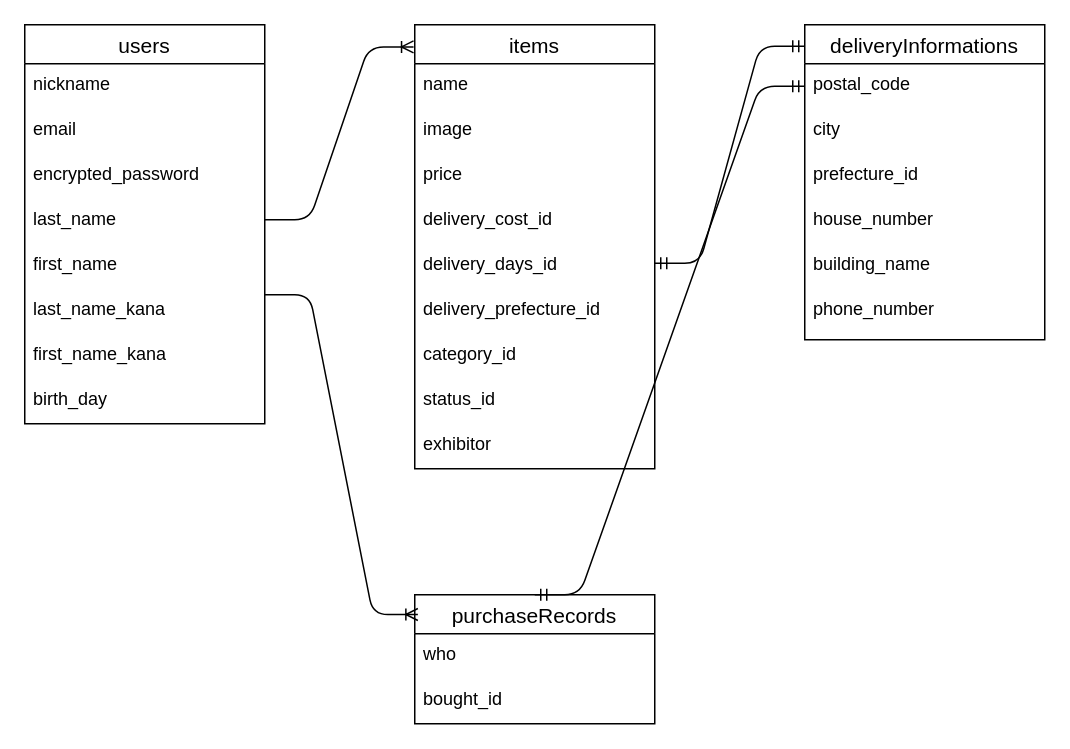
Before: er.dio in Roohit2/furima-39013, a draw.io diagram. Source tidied: cells renumbered, new cells numbered last; positions are measured from the earlier drawing's top-left corner, leaving out a move shared by most shapes. Both pictures are drawn from the tidied source at 150%, with x=0, y=0 at pixel (24, 24).
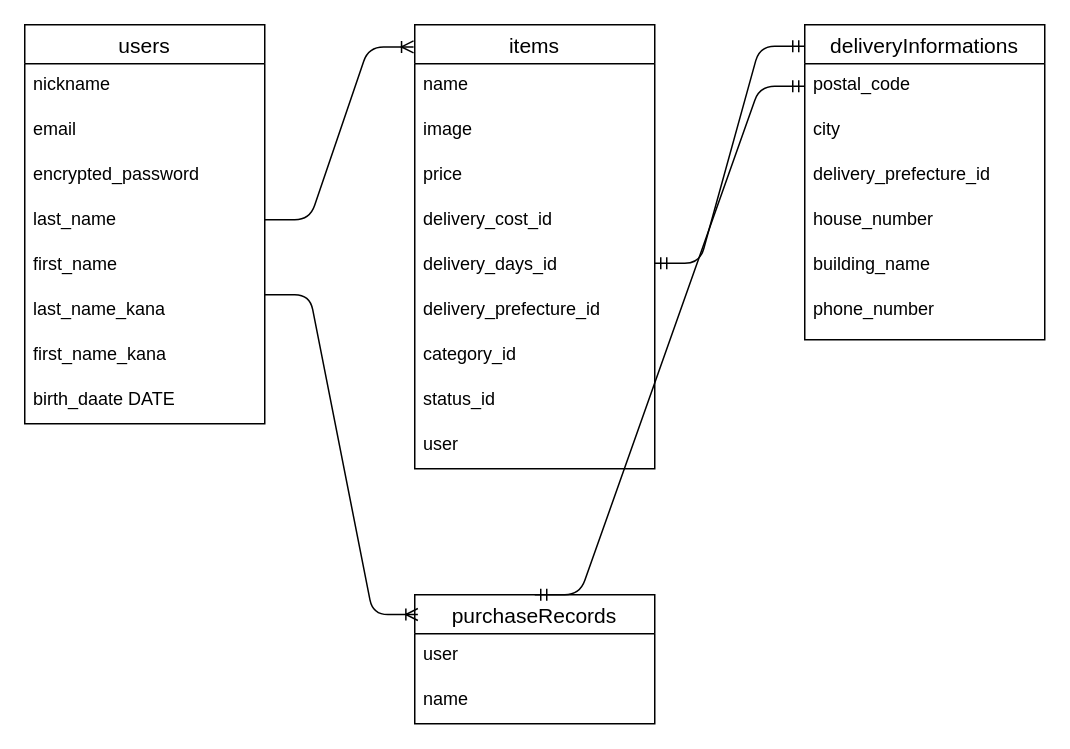
The same page after the edit.

Unchanged cells that the change refers to:
```xml
<mxCell id="2" value="users" style="swimlane;fontStyle=0;horizontal=1;startSize=26;align=center;fontSize=14;" parent="1" vertex="1">
  <mxGeometry width="160" height="266" as="geometry" />
</mxCell>
<mxCell id="11" value="items" style="swimlane;fontStyle=0;horizontal=1;startSize=26;align=center;fontSize=14;" parent="1" vertex="1">
  <mxGeometry x="260" width="160" height="296" as="geometry" />
</mxCell>
<mxCell id="21" value="purchaseRecords" style="swimlane;fontStyle=0;horizontal=1;startSize=26;align=center;fontSize=14;" parent="1" vertex="1">
  <mxGeometry x="260" y="380" width="160" height="86" as="geometry" />
</mxCell>
<mxCell id="24" value="deliveryInformations" style="swimlane;fontStyle=0;horizontal=1;startSize=26;align=center;fontSize=14;" parent="1" vertex="1">
  <mxGeometry x="520" width="160" height="210" as="geometry" />
</mxCell>
```

Diff of the diagram source:
```diff
@@
-    <mxCell id="10" value="birth_day" style="text;strokeColor=none;fillColor=none;spacingLeft=4;spacingRight=4;overflow=hidden;fontSize=12;" parent="2" vertex="1">
+    <mxCell id="10" value="birth_daate DATE" style="text;strokeColor=none;fillColor=none;spacingLeft=4;spacingRight=4;overflow=hidden;fontSize=12;" parent="2" vertex="1">
       <mxGeometry y="236" width="160" height="30" as="geometry" />
     </mxCell>
@@
-    <mxCell id="20" value="exhibitor" style="text;strokeColor=none;fillColor=none;spacingLeft=4;spacingRight=4;overflow=hidden;fontSize=12;" parent="11" vertex="1">
+    <mxCell id="20" value="user" style="text;strokeColor=none;fillColor=none;spacingLeft=4;spacingRight=4;overflow=hidden;fontSize=12;" parent="11" vertex="1">
       <mxGeometry y="266" width="160" height="30" as="geometry" />
     </mxCell>
@@
-    <mxCell id="22" value="who" style="text;strokeColor=none;fillColor=none;spacingLeft=4;spacingRight=4;overflow=hidden;fontSize=12;" parent="21" vertex="1">
+    <mxCell id="22" value="user" style="text;strokeColor=none;fillColor=none;spacingLeft=4;spacingRight=4;overflow=hidden;fontSize=12;" parent="21" vertex="1">
       <mxGeometry y="26" width="160" height="30" as="geometry" />
     </mxCell>
-    <mxCell id="23" value="bought_id" style="text;strokeColor=none;fillColor=none;spacingLeft=4;spacingRight=4;overflow=hidden;fontSize=12;" parent="21" vertex="1">
+    <mxCell id="23" value="name" style="text;strokeColor=none;fillColor=none;spacingLeft=4;spacingRight=4;overflow=hidden;fontSize=12;" parent="21" vertex="1">
       <mxGeometry y="56" width="160" height="30" as="geometry" />
     </mxCell>
@@
-    <mxCell id="27" value="prefecture_id" style="text;strokeColor=none;fillColor=none;spacingLeft=4;spacingRight=4;overflow=hidden;fontSize=12;" parent="24" vertex="1">
+    <mxCell id="27" value="delivery_prefecture_id" style="text;strokeColor=none;fillColor=none;spacingLeft=4;spacingRight=4;overflow=hidden;fontSize=12;" parent="24" vertex="1">
       <mxGeometry y="86" width="160" height="30" as="geometry" />
     </mxCell>
```
